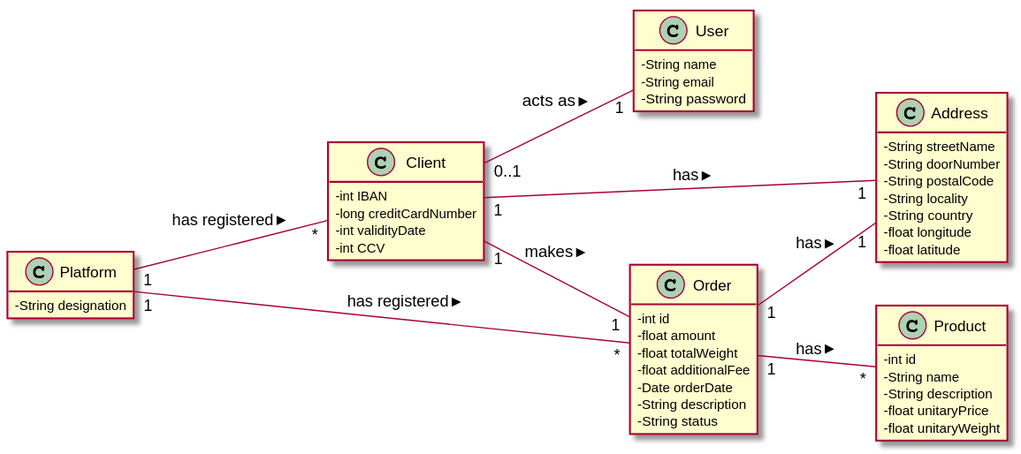
The PlantUML diagram docs/Iteration 1/Make An Order/US25_MakeAnOrder/US25_DM.svg in tiagoavcosta25/LAPR3, before a commit.
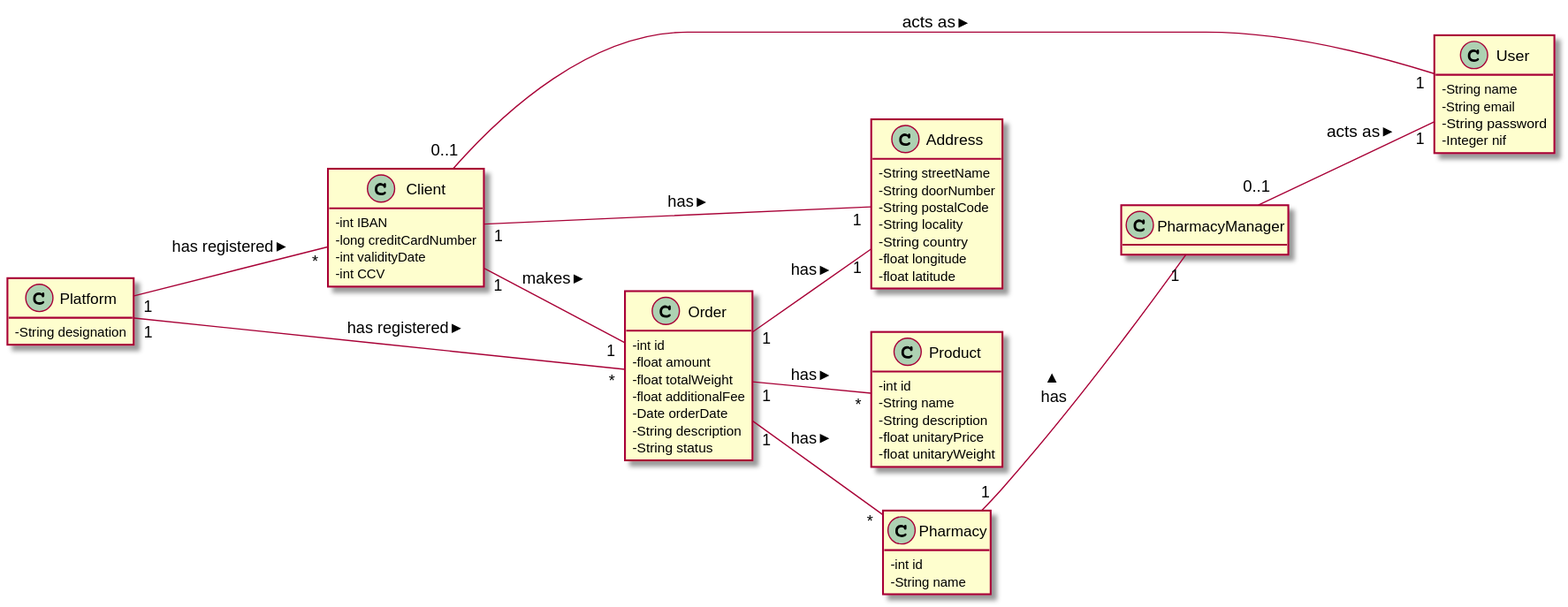
After the change.

Diff of the diagram source:
```diff
@@ -17,6 +17,7 @@
 -   String name
 -   String email
 -   String password
+-   Integer nif
 }
 
 class Address{
@@ -47,11 +48,22 @@
 -   float unitaryWeight
 }
 
+class Pharmacy{
+-   int id
+-   String name
+}
+
+class PharmacyManager{
+}
+
 Platform "1" -- "*" Client : has registered >
 Platform "1" -- "*" Order : has registered >
 Order "1" -- "*" Product : has >
+Order "1" -- "*" Pharmacy : has >
 Client "0..1" -- "1" User: acts as >
 Client "1" -- "1" Order : makes >
 Client "1" -- "1" Address : has >
 Order "1" -- "1" Address : has >
+PharmacyManager "0..1" -- "1" User: acts as >
+Pharmacy "1" -- "1" PharmacyManager : has >
 @enduml
```
